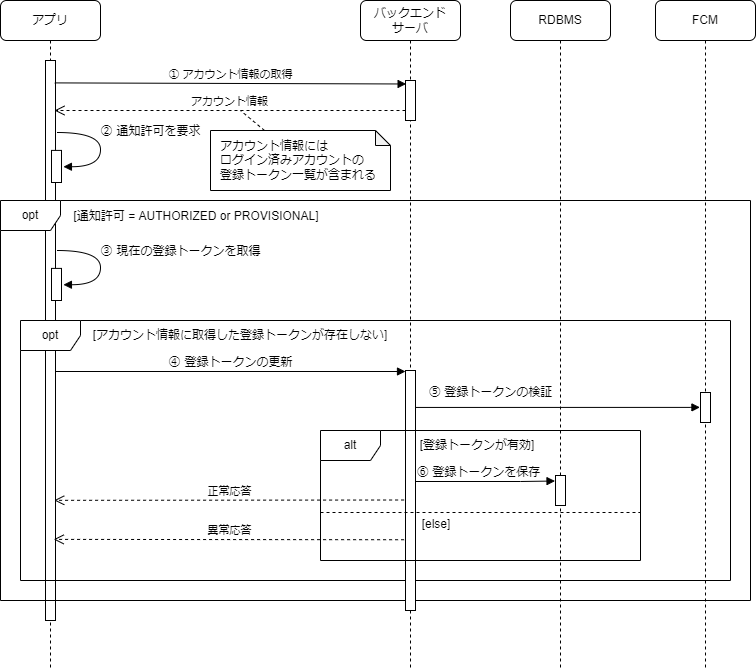
Earlier version of the draw.io export website/docs/react-native/santoku/application-architecture/push-notification/register-token.drawio.png (ws-4020/mobile-app-crib-notes). Source tidied: cells renumbered, new cells last; positions are measured from the earlier drawing's top-left corner, leaving out a move shared by most shapes.
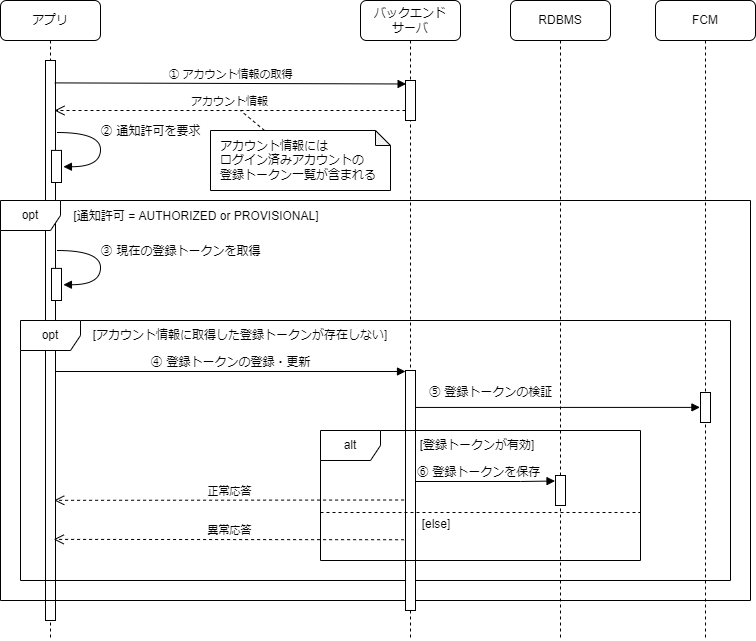
Above is the later version.

Commit message:
実装コードに合わせてAPI名を変更

Diff of the diagram source:
```diff
@@ -3,7 +3,7 @@
     <mxCell id="0" />
     <mxCell id="1" parent="0" />
     <mxCell id="2" value="アプリ" style="shape=umlLifeline;perimeter=lifelinePerimeter;whiteSpace=wrap;html=1;rounded=1;shadow=0;comic=0;labelBackgroundColor=none;strokeWidth=1;fontFamily=Verdana;fontSize=12;align=center;" parent="1" vertex="1">
-      <mxGeometry width="100" height="670" as="geometry" />
+      <mxGeometry width="100" height="640" as="geometry" />
     </mxCell>
     <mxCell id="3" style="html=1;points=[];perimeter=orthogonalPerimeter;rounded=0;shadow=0;comic=0;labelBackgroundColor=none;strokeWidth=1;fontFamily=Verdana;fontSize=12;align=center;" parent="2" vertex="1">
       <mxGeometry x="45" y="60" width="10" height="560" as="geometry" />
@@ -27,7 +27,7 @@
       <mxGeometry y="200" width="750" height="400" as="geometry" />
     </mxCell>
     <mxCell id="8" value="バックエンド&lt;br&gt;サーバ" style="shape=umlLifeline;perimeter=lifelinePerimeter;whiteSpace=wrap;html=1;rounded=1;shadow=0;comic=0;labelBackgroundColor=none;strokeWidth=1;fontFamily=Verdana;fontSize=12;align=center;" parent="1" vertex="1">
-      <mxGeometry x="360" width="100" height="670" as="geometry" />
+      <mxGeometry x="360" width="100" height="640" as="geometry" />
     </mxCell>
     <mxCell id="9" style="html=1;perimeter=orthogonalPerimeter;rounded=0;shadow=0;comic=0;labelBackgroundColor=none;strokeWidth=1;fontFamily=Verdana;fontSize=12;align=center;" parent="8" vertex="1">
       <mxGeometry x="45" y="370" width="10" height="240" as="geometry" />
@@ -38,7 +38,7 @@
     <mxCell id="11" value="alt" style="shape=umlFrame;whiteSpace=wrap;html=1;" parent="1" vertex="1">
       <mxGeometry x="320" y="430" width="320" height="130" as="geometry" />
     </mxCell>
-    <mxCell id="12" value="④ 登録トークンの更新" style="html=1;verticalAlign=bottom;endArrow=block;entryX=0;entryY=0;labelBackgroundColor=none;fontFamily=Verdana;fontSize=12;edgeStyle=elbowEdgeStyle;elbow=vertical;" parent="1" edge="1">
+    <mxCell id="12" value="④ 登録トークンの登録・更新" style="html=1;verticalAlign=bottom;endArrow=block;entryX=0;entryY=0;labelBackgroundColor=none;fontFamily=Verdana;fontSize=12;edgeStyle=elbowEdgeStyle;elbow=vertical;" parent="1" edge="1">
       <mxGeometry relative="1" as="geometry">
         <mxPoint x="55" y="371" as="sourcePoint" />
         <mxPoint x="405" y="371" as="targetPoint" />
@@ -100,13 +100,13 @@
       </mxGeometry>
     </mxCell>
     <mxCell id="24" value="FCM" style="shape=umlLifeline;perimeter=lifelinePerimeter;whiteSpace=wrap;html=1;rounded=1;" parent="1" vertex="1">
-      <mxGeometry x="655" width="100" height="670" as="geometry" />
+      <mxGeometry x="655" width="100" height="640" as="geometry" />
     </mxCell>
     <mxCell id="25" style="html=1;points=[];perimeter=orthogonalPerimeter;rounded=0;" parent="24" vertex="1">
       <mxGeometry x="45" y="392" width="10" height="30" as="geometry" />
     </mxCell>
     <mxCell id="26" value="RDBMS" style="shape=umlLifeline;perimeter=lifelinePerimeter;whiteSpace=wrap;html=1;rounded=1;" parent="1" vertex="1">
-      <mxGeometry x="510" width="100" height="670" as="geometry" />
+      <mxGeometry x="510" width="100" height="640" as="geometry" />
     </mxCell>
     <mxCell id="27" style="html=1;points=[];perimeter=orthogonalPerimeter;rounded=0;" parent="26" vertex="1">
       <mxGeometry x="45" y="475" width="10" height="30" as="geometry" />
```
